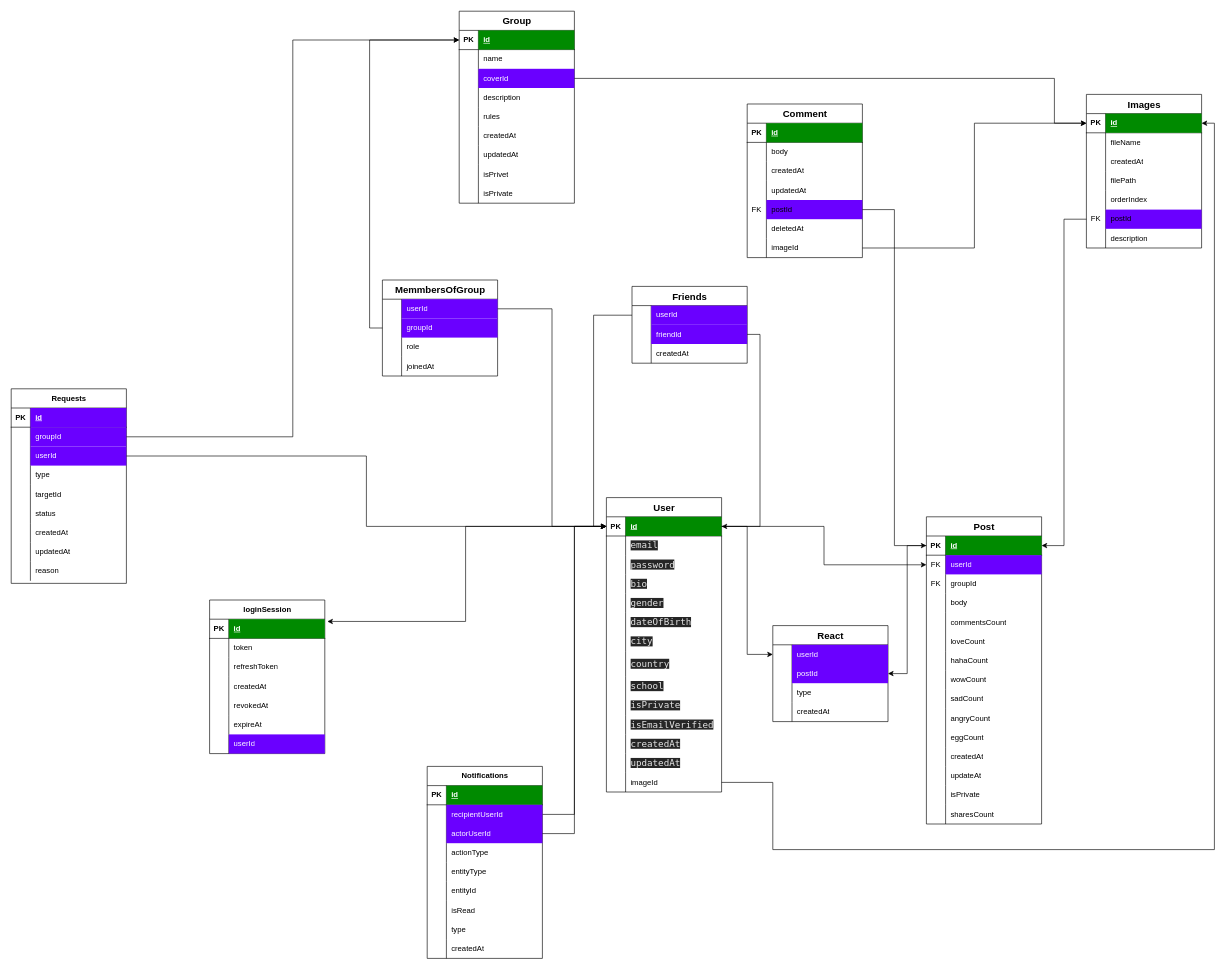
The draw.io diagram page "Page-2" (2 of 2) of drawio/facebook-clone.drawio in Mo7ammedHassan/facebook-clone, before the edit. Source tidied: cells renumbered, new cells numbered last; positions are measured from the earlier drawing's top-left corner, leaving out a move shared by most shapes. Both pictures are drawn from the tidied source at 64%, with x=0, y=0 at pixel (11, 11).
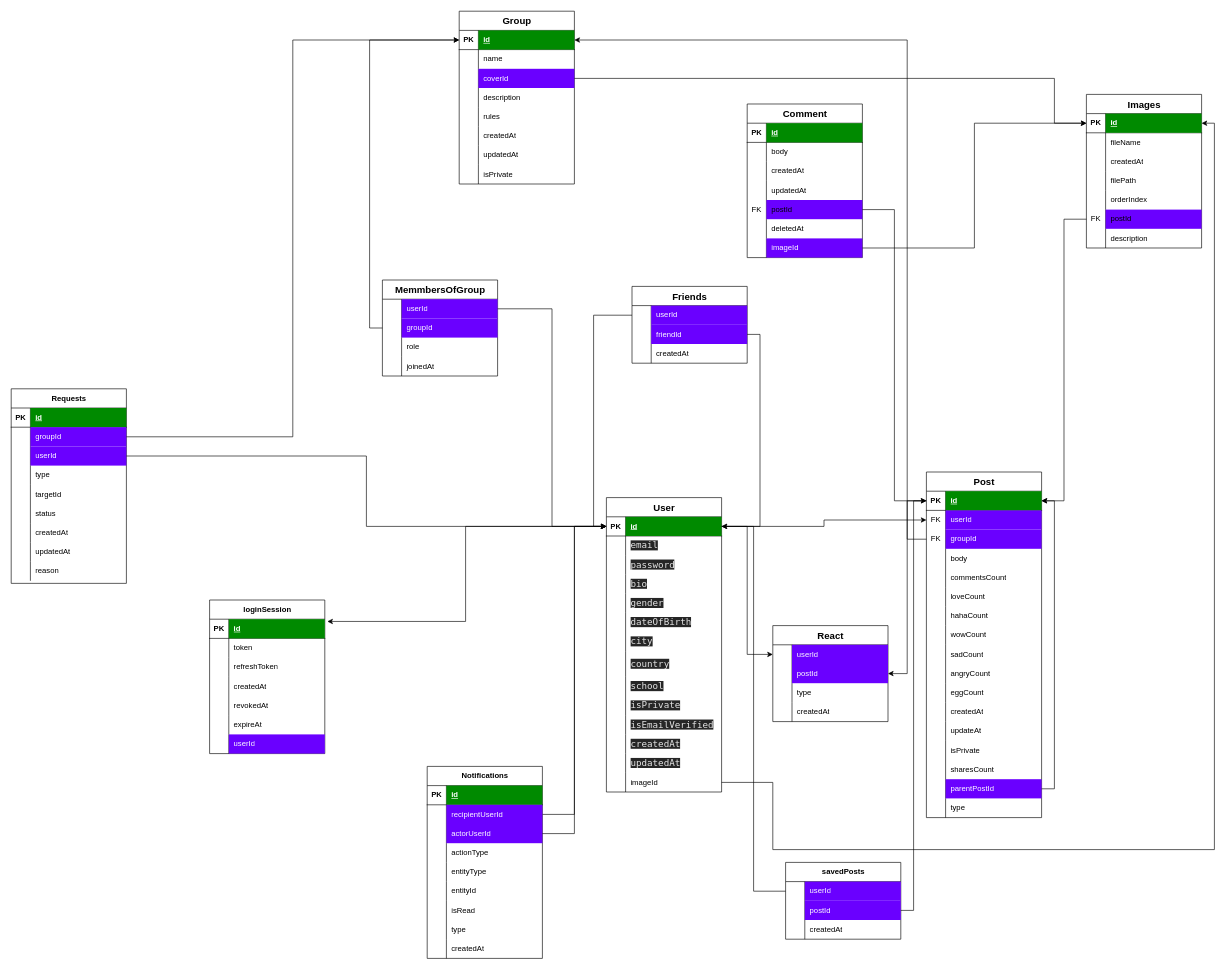
After the change.

The change refers to these unchanged cells:
```xml
<mxCell id="3" style="shape=tableRow;horizontal=0;startSize=0;swimlaneHead=0;swimlaneBody=0;fillColor=none;points=[[0,0.5],[1,0.5]];portConstraint=eastwest;top=0;left=0;right=0;bottom=1;" parent="2" vertex="1">
  <mxGeometry y="30" width="180" height="30" as="geometry" />
</mxCell>
<mxCell id="68" style="shape=tableRow;horizontal=0;startSize=0;swimlaneHead=0;swimlaneBody=0;fillColor=none;points=[[0,0.5],[1,0.5]];portConstraint=eastwest;top=0;left=0;right=0;bottom=1;" parent="67" vertex="1">
  <mxGeometry y="30" width="180" height="30" as="geometry" />
</mxCell>
<mxCell id="74" style="shape=tableRow;horizontal=0;startSize=0;swimlaneHead=0;swimlaneBody=0;fillColor=none;points=[[0,0.5],[1,0.5]];portConstraint=eastwest;top=0;left=0;right=0;bottom=0;" parent="67" vertex="1">
  <mxGeometry y="90" width="180" height="30" as="geometry" />
</mxCell>
<mxCell id="157" style="shape=tableRow;horizontal=0;startSize=0;swimlaneHead=0;swimlaneBody=0;fillColor=none;points=[[0,0.5],[1,0.5]];portConstraint=eastwest;top=0;left=0;right=0;bottom=0;" parent="138" vertex="1">
  <mxGeometry y="210" width="180" height="30" as="geometry" />
</mxCell>
<mxCell id="178" style="shape=tableRow;horizontal=0;startSize=0;swimlaneHead=0;swimlaneBody=0;fillColor=none;points=[[0,0.5],[1,0.5]];portConstraint=eastwest;top=0;left=0;right=0;bottom=1;" parent="177" vertex="1">
  <mxGeometry y="30" width="180" height="30" as="geometry" />
</mxCell>
<mxCell id="222" style="shape=tableRow;horizontal=0;startSize=0;swimlaneHead=0;swimlaneBody=0;fillColor=none;top=0;left=0;right=0;bottom=1;" parent="221" vertex="1">
  <mxGeometry y="30" width="180" height="30" as="geometry" />
</mxCell>
```

Change to the diagram source:
```diff
@@
     <mxCell id="67" value="&lt;span style=&quot;font-size: 15px; text-wrap-mode: wrap;&quot;&gt;Post&lt;/span&gt;" style="shape=table;startSize=30;childLayout=tableLayout;rowLines=0;fontStyle=1;align=center;html=1;" parent="1" vertex="1">
-      <mxGeometry x="1430" y="790" width="180" height="480" as="geometry" />
+      <mxGeometry x="1430" y="720" width="180" height="540" as="geometry" />
     </mxCell>
@@
-    <mxCell id="76" value="groupId" style="shape=partialRectangle;fillColor=none;top=0;left=0;bottom=0;right=0;align=left;spacingLeft=6;overflow=hidden;whiteSpace=wrap;html=1;" parent="74" vertex="1">
+    <mxCell id="76" value="groupId" style="shape=partialRectangle;fillColor=#6a00ff;top=0;left=0;bottom=0;right=0;align=left;spacingLeft=6;overflow=hidden;whiteSpace=wrap;html=1;fontColor=#ffffff;strokeColor=#3700CC;" parent="74" vertex="1">
       <mxGeometry x="30" width="150" height="30" as="geometry" />
     </mxCell>
@@
+    <mxCell id="294" style="shape=tableRow;horizontal=0;startSize=0;swimlaneHead=0;swimlaneBody=0;fillColor=none;points=[[0,0.5],[1,0.5]];portConstraint=eastwest;top=0;left=0;right=0;bottom=0;" parent="67" vertex="1">
+      <mxGeometry y="480" width="180" height="30" as="geometry" />
+    </mxCell>
+    <mxCell id="295" style="shape=partialRectangle;fillColor=none;top=0;left=0;bottom=0;right=0;overflow=hidden;whiteSpace=wrap;html=1;" parent="294" vertex="1">
+      <mxGeometry width="30" height="30" as="geometry" />
+    </mxCell>
+    <mxCell id="296" value="parentPostId&amp;nbsp;" style="shape=partialRectangle;fillColor=#6a00ff;top=0;left=0;bottom=0;right=0;align=left;spacingLeft=6;overflow=hidden;whiteSpace=wrap;html=1;fontColor=#ffffff;strokeColor=#3700CC;" parent="294" vertex="1">
+      <mxGeometry x="30" width="150" height="30" as="geometry" />
+    </mxCell>
+    <mxCell id="297" style="shape=tableRow;horizontal=0;startSize=0;swimlaneHead=0;swimlaneBody=0;fillColor=none;top=0;left=0;right=0;bottom=0;" parent="67" vertex="1">
+      <mxGeometry y="510" width="180" height="30" as="geometry" />
+    </mxCell>
+    <mxCell id="298" style="shape=partialRectangle;fillColor=none;top=0;left=0;bottom=0;right=0;overflow=hidden;whiteSpace=wrap;html=1;" parent="297" vertex="1">
+      <mxGeometry width="30" height="30" as="geometry" />
+    </mxCell>
+    <mxCell id="299" value="type" style="shape=partialRectangle;fillColor=none;top=0;left=0;bottom=0;right=0;align=left;spacingLeft=6;overflow=hidden;whiteSpace=wrap;html=1;" parent="297" vertex="1">
+      <mxGeometry x="30" width="150" height="30" as="geometry" />
+    </mxCell>
@@
-    <mxCell id="159" value="imageId" style="shape=partialRectangle;fillColor=none;top=0;left=0;bottom=0;right=0;align=left;spacingLeft=6;overflow=hidden;whiteSpace=wrap;html=1;" parent="157" vertex="1">
+    <mxCell id="159" value="imageId" style="shape=partialRectangle;fillColor=#6a00ff;top=0;left=0;bottom=0;right=0;align=left;spacingLeft=6;overflow=hidden;whiteSpace=wrap;html=1;fontColor=#ffffff;strokeColor=#3700CC;" parent="157" vertex="1">
       <mxGeometry x="30" width="150" height="30" as="geometry" />
     </mxCell>
@@
     <mxCell id="177" value="&lt;span style=&quot;font-size: 15px; text-wrap-mode: wrap;&quot;&gt;Group&lt;/span&gt;" style="shape=table;startSize=30;childLayout=tableLayout;rowLines=0;fontStyle=1;align=center;html=1;" parent="1" vertex="1">
-      <mxGeometry x="700" width="180" height="300" as="geometry" />
+      <mxGeometry x="700" width="180" height="270" as="geometry" />
     </mxCell>
@@
-    <mxCell id="199" style="shape=tableRow;horizontal=0;startSize=0;swimlaneHead=0;swimlaneBody=0;fillColor=none;top=0;left=0;right=0;bottom=0;" parent="177" vertex="1">
-      <mxGeometry y="240" width="180" height="30" as="geometry" />
-    </mxCell>
-    <mxCell id="200" style="shape=partialRectangle;fillColor=none;top=0;left=0;bottom=0;right=0;overflow=hidden;whiteSpace=wrap;html=1;" parent="199" vertex="1">
-      <mxGeometry width="30" height="30" as="geometry" />
-    </mxCell>
-    <mxCell id="201" value="isPrivet" style="shape=partialRectangle;fillColor=none;top=0;left=0;bottom=0;right=0;align=left;spacingLeft=6;overflow=hidden;whiteSpace=wrap;html=1;" parent="199" vertex="1">
-      <mxGeometry x="30" width="150" height="30" as="geometry" />
-    </mxCell>
     <mxCell id="202" style="shape=tableRow;horizontal=0;startSize=0;swimlaneHead=0;swimlaneBody=0;fillColor=none;top=0;left=0;right=0;bottom=0;" parent="177" vertex="1">
-      <mxGeometry y="270" width="180" height="30" as="geometry" />
+      <mxGeometry y="240" width="180" height="30" as="geometry" />
     </mxCell>
@@
+    <mxCell id="300" style="edgeStyle=orthogonalEdgeStyle;rounded=0;jettySize=auto;html=1;exitX=1;exitY=0.5;exitDx=0;exitDy=0;entryX=1;entryY=0.5;entryDx=0;entryDy=0;" parent="1" edge="1" source="294" target="68">
+      <mxGeometry relative="1" as="geometry" />
+    </mxCell>
@@
-    <mxCell id="224" value="id" style="shape=partialRectangle;fillColor=#6a00ff;top=0;left=0;bottom=0;right=0;align=left;spacingLeft=6;fontStyle=5;overflow=hidden;whiteSpace=wrap;html=1;fontColor=#ffffff;strokeColor=#3700CC;" parent="222" vertex="1">
+    <mxCell id="224" value="id" style="shape=partialRectangle;fillColor=#008a00;top=0;left=0;bottom=0;right=0;align=left;spacingLeft=6;fontStyle=5;overflow=hidden;whiteSpace=wrap;html=1;fontColor=#ffffff;strokeColor=#005700;" parent="222" vertex="1">
       <mxGeometry x="30" width="150" height="30" as="geometry" />
     </mxCell>
@@
+    <mxCell id="301" style="edgeStyle=orthogonalEdgeStyle;rounded=0;jettySize=auto;html=1;exitX=0;exitY=0.5;exitDx=0;exitDy=0;entryX=1;entryY=0.5;entryDx=0;entryDy=0;" parent="1" edge="1" source="74" target="178">
+      <mxGeometry relative="1" as="geometry">
+        <Array as="points">
+          <mxPoint x="1400" y="825" />
+          <mxPoint x="1400" y="45" />
+        </Array>
+      </mxGeometry>
+    </mxCell>
+    <mxCell id="302" value="&lt;div style=&quot;direction: rtl;&quot;&gt;savedPosts&lt;/div&gt;" style="shape=table;startSize=30;childLayout=tableLayout;rowLines=0;fontStyle=1;align=center;html=1;" parent="1" vertex="1">
+      <mxGeometry x="1210" y="1330" width="180" height="120" as="geometry" />
+    </mxCell>
+    <mxCell id="303" style="shape=tableRow;horizontal=0;startSize=0;swimlaneHead=0;swimlaneBody=0;fillColor=none;points=[[0,0.5],[1,0.5]];portConstraint=eastwest;top=0;left=0;right=0;bottom=0;" parent="302" vertex="1">
+      <mxGeometry y="30" width="180" height="30" as="geometry" />
+    </mxCell>
+    <mxCell id="304" style="shape=partialRectangle;fillColor=none;top=0;left=0;bottom=0;right=0;overflow=hidden;whiteSpace=wrap;html=1;" parent="303" vertex="1">
+      <mxGeometry width="30" height="30" as="geometry" />
+    </mxCell>
+    <mxCell id="305" value="userId" style="shape=partialRectangle;fillColor=#6a00ff;top=0;left=0;bottom=0;right=0;align=left;spacingLeft=6;overflow=hidden;whiteSpace=wrap;html=1;fontColor=#ffffff;strokeColor=#3700CC;" parent="303" vertex="1">
+      <mxGeometry x="30" width="150" height="30" as="geometry" />
+    </mxCell>
+    <mxCell id="306" style="shape=tableRow;horizontal=0;startSize=0;swimlaneHead=0;swimlaneBody=0;fillColor=none;points=[[0,0.5],[1,0.5]];portConstraint=eastwest;top=0;left=0;right=0;bottom=0;" parent="302" vertex="1">
+      <mxGeometry y="60" width="180" height="30" as="geometry" />
+    </mxCell>
+    <mxCell id="307" style="shape=partialRectangle;fillColor=none;top=0;left=0;bottom=0;right=0;overflow=hidden;whiteSpace=wrap;html=1;" parent="306" vertex="1">
+      <mxGeometry width="30" height="30" as="geometry" />
+    </mxCell>
+    <mxCell id="308" value="postId" style="shape=partialRectangle;fillColor=#6a00ff;top=0;left=0;bottom=0;right=0;align=left;spacingLeft=6;overflow=hidden;whiteSpace=wrap;html=1;fontColor=#ffffff;strokeColor=#3700CC;" parent="306" vertex="1">
+      <mxGeometry x="30" width="150" height="30" as="geometry" />
+    </mxCell>
+    <mxCell id="309" style="shape=tableRow;horizontal=0;startSize=0;swimlaneHead=0;swimlaneBody=0;fillColor=none;top=0;left=0;right=0;bottom=0;" parent="302" vertex="1">
+      <mxGeometry y="90" width="180" height="30" as="geometry" />
+    </mxCell>
+    <mxCell id="310" style="shape=partialRectangle;fillColor=none;top=0;left=0;bottom=0;right=0;overflow=hidden;whiteSpace=wrap;html=1;" parent="309" vertex="1">
+      <mxGeometry width="30" height="30" as="geometry" />
+    </mxCell>
+    <mxCell id="311" value="createdAt" style="shape=partialRectangle;fillColor=none;top=0;left=0;bottom=0;right=0;align=left;spacingLeft=6;overflow=hidden;whiteSpace=wrap;html=1;" parent="309" vertex="1">
+      <mxGeometry x="30" width="150" height="30" as="geometry" />
+    </mxCell>
+    <mxCell id="312" style="edgeStyle=orthogonalEdgeStyle;rounded=0;jettySize=auto;html=1;exitX=1;exitY=0.5;exitDx=0;exitDy=0;entryX=0;entryY=0.5;entryDx=0;entryDy=0;" parent="1" edge="1" source="306" target="68">
+      <mxGeometry relative="1" as="geometry" />
+    </mxCell>
+    <mxCell id="313" style="edgeStyle=orthogonalEdgeStyle;rounded=0;jettySize=auto;html=1;exitX=0;exitY=0.5;exitDx=0;exitDy=0;entryX=1;entryY=0.5;entryDx=0;entryDy=0;" parent="1" edge="1" source="303" target="3">
+      <mxGeometry relative="1" as="geometry" />
+    </mxCell>
```
